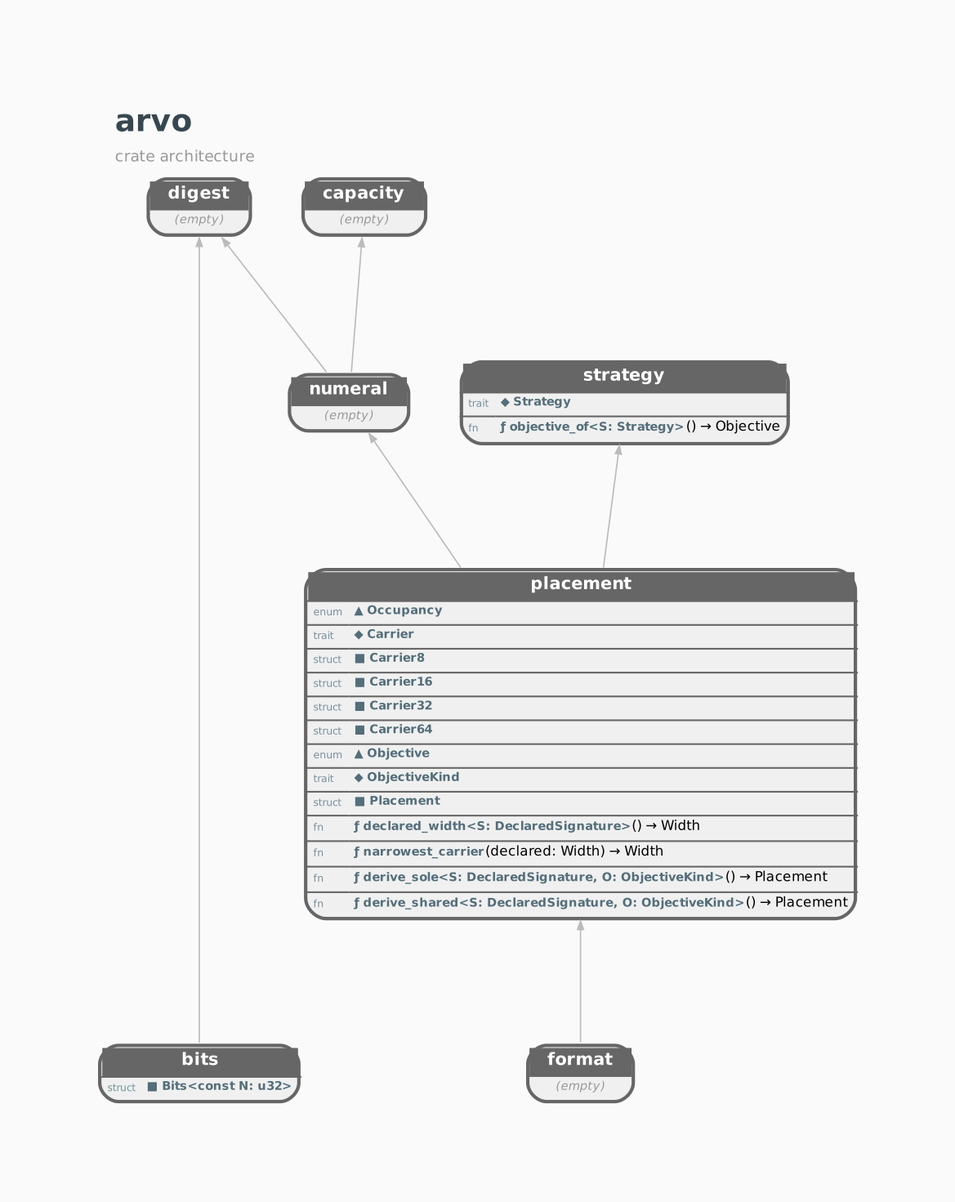
orgrinrt/arvo keeps this Graphviz diagram as docs/STRUCTURE.GRAPH.png. Above is the earlier version. Its source is kept beside it as docs/STRUCTURE.GRAPH.dot.
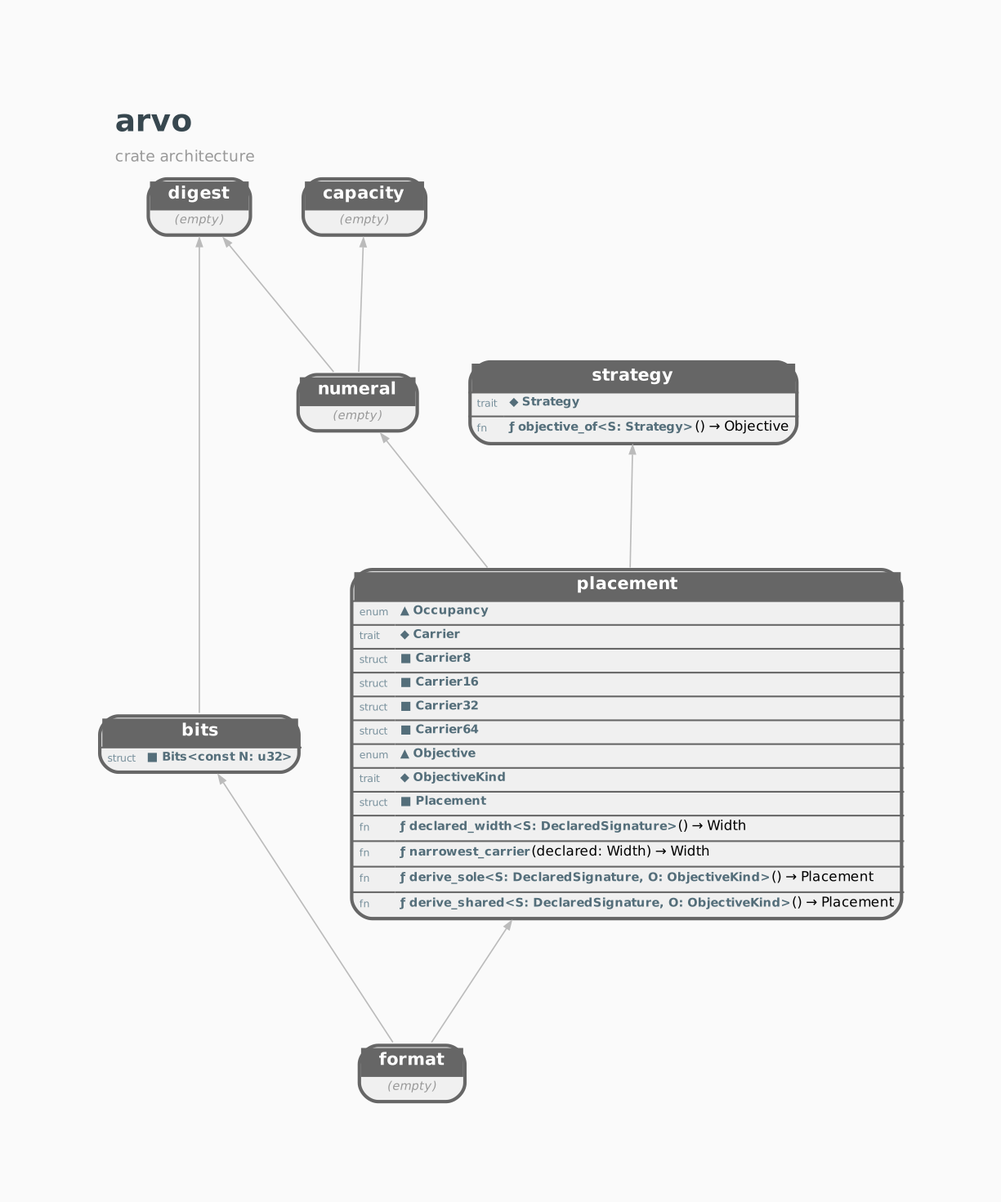
The same diagram one commit later.

What changed in the source:
```diff
@@ -19,12 +19,13 @@
     arvo_placement [shape=none, margin=0, label=<<TABLE BORDER="2" CELLBORDER="0" CELLSPACING="0" CELLPADDING="3" BGCOLOR="#F0F0F0" COLOR="#666666" STYLE="ROUNDED"><TR><TD COLSPAN="2" BGCOLOR="#666666" ALIGN="CENTER"><FONT COLOR="white" POINT-SIZE="10"><B>  placement  </B></FONT></TD></TR><HR/><TR><TD ALIGN="LEFT"><FONT COLOR="#78909C" POINT-SIZE="6">enum</FONT></TD><TD ALIGN="LEFT" PORT="p_Occupancy"><FONT COLOR="#546E7A" POINT-SIZE="7"><B>▲ Occupancy</B></FONT></TD></TR><HR/><TR><TD ALIGN="LEFT"><FONT COLOR="#78909C" POINT-SIZE="6">trait</FONT></TD><TD ALIGN="LEFT" PORT="p_Carrier"><FONT COLOR="#546E7A" POINT-SIZE="7"><B>◆ Carrier</B></FONT></TD></TR><HR/><TR><TD ALIGN="LEFT"><FONT COLOR="#78909C" POINT-SIZE="6">struct</FONT></TD><TD ALIGN="LEFT" PORT="p_Carrier8"><FONT COLOR="#546E7A" POINT-SIZE="7"><B>■ Carrier8</B></FONT></TD></TR><HR/><TR><TD ALIGN="LEFT"><FONT COLOR="#78909C" POINT-SIZE="6">struct</FONT></TD><TD ALIGN="LEFT" PORT="p_Carrier16"><FONT COLOR="#546E7A" POINT-SIZE="7"><B>■ Carrier16</B></FONT></TD></TR><HR/><TR><TD ALIGN="LEFT"><FONT COLOR="#78909C" POINT-SIZE="6">struct</FONT></TD><TD ALIGN="LEFT" PORT="p_Carrier32"><FONT COLOR="#546E7A" POINT-SIZE="7"><B>■ Carrier32</B></FONT></TD></TR><HR/><TR><TD ALIGN="LEFT"><FONT COLOR="#78909C" POINT-SIZE="6">struct</FONT></TD><TD ALIGN="LEFT" PORT="p_Carrier64"><FONT COLOR="#546E7A" POINT-SIZE="7"><B>■ Carrier64</B></FONT></TD></TR><HR/><TR><TD ALIGN="LEFT"><FONT COLOR="#78909C" POINT-SIZE="6">enum</FONT></TD><TD ALIGN="LEFT" PORT="p_Objective"><FONT COLOR="#546E7A" POINT-SIZE="7"><B>▲ Objective</B></FONT></TD></TR><HR/><TR><TD ALIGN="LEFT"><FONT COLOR="#78909C" POINT-SIZE="6">trait</FONT></TD><TD ALIGN="LEFT" PORT="p_ObjectiveKind"><FONT COLOR="#546E7A" POINT-SIZE="7"><B>◆ ObjectiveKind</B></FONT></TD></TR><HR/><TR><TD ALIGN="LEFT"><FONT COLOR="#78909C" POINT-SIZE="6">struct</FONT></TD><TD ALIGN="LEFT" PORT="p_Placement"><FONT COLOR="#546E7A" POINT-SIZE="7"><B>■ Placement</B></FONT></TD></TR><HR/><TR><TD ALIGN="LEFT"><FONT COLOR="#78909C" POINT-SIZE="6">fn</FONT></TD><TD ALIGN="LEFT" PORT="p_declared_width"><FONT COLOR="#546E7A" POINT-SIZE="7"><B>ƒ declared_width&lt;S: DeclaredSignature&gt;</B></FONT>() → Width</TD></TR><HR/><TR><TD ALIGN="LEFT"><FONT COLOR="#78909C" POINT-SIZE="6">fn</FONT></TD><TD ALIGN="LEFT" PORT="p_narrowest_carrier"><FONT COLOR="#546E7A" POINT-SIZE="7"><B>ƒ narrowest_carrier</B></FONT>(declared: Width) → Width</TD></TR><HR/><TR><TD ALIGN="LEFT"><FONT COLOR="#78909C" POINT-SIZE="6">fn</FONT></TD><TD ALIGN="LEFT" PORT="p_derive_sole"><FONT COLOR="#546E7A" POINT-SIZE="7"><B>ƒ derive_sole&lt;S: DeclaredSignature, O: ObjectiveKind&gt;</B></FONT>() → Placement</TD></TR><HR/><TR><TD ALIGN="LEFT"><FONT COLOR="#78909C" POINT-SIZE="6">fn</FONT></TD><TD ALIGN="LEFT" PORT="p_derive_shared"><FONT COLOR="#546E7A" POINT-SIZE="7"><B>ƒ derive_shared&lt;S: DeclaredSignature, O: ObjectiveKind&gt;</B></FONT>() → Placement</TD></TR></TABLE>>];
     arvo_strategy [shape=none, margin=0, label=<<TABLE BORDER="2" CELLBORDER="0" CELLSPACING="0" CELLPADDING="3" BGCOLOR="#F0F0F0" COLOR="#666666" STYLE="ROUNDED"><TR><TD COLSPAN="2" BGCOLOR="#666666" ALIGN="CENTER"><FONT COLOR="white" POINT-SIZE="10"><B>  strategy  </B></FONT></TD></TR><HR/><TR><TD ALIGN="LEFT"><FONT COLOR="#78909C" POINT-SIZE="6">trait</FONT></TD><TD ALIGN="LEFT" PORT="p_Strategy"><FONT COLOR="#546E7A" POINT-SIZE="7"><B>◆ Strategy</B></FONT></TD></TR><HR/><TR><TD ALIGN="LEFT"><FONT COLOR="#78909C" POINT-SIZE="6">fn</FONT></TD><TD ALIGN="LEFT" PORT="p_objective_of"><FONT COLOR="#546E7A" POINT-SIZE="7"><B>ƒ objective_of&lt;S: Strategy&gt;</B></FONT>() → Objective</TD></TR></TABLE>>];
 
-    { rank=same; arvo_bits; arvo_format; } // depth 0
-    { rank=same; arvo_placement; } // depth 1
+    { rank=same; arvo_format; } // depth 0
+    { rank=same; arvo_bits; arvo_placement; } // depth 1
     { rank=same; arvo_numeral; arvo_strategy; } // depth 2
     { rank=same; arvo_capacity; arvo_digest; } // depth 3
 
 
+    arvo_format -> arvo_bits;
     arvo_numeral -> arvo_capacity;
     arvo_numeral -> arvo_digest;
     arvo_bits -> arvo_digest;
```
